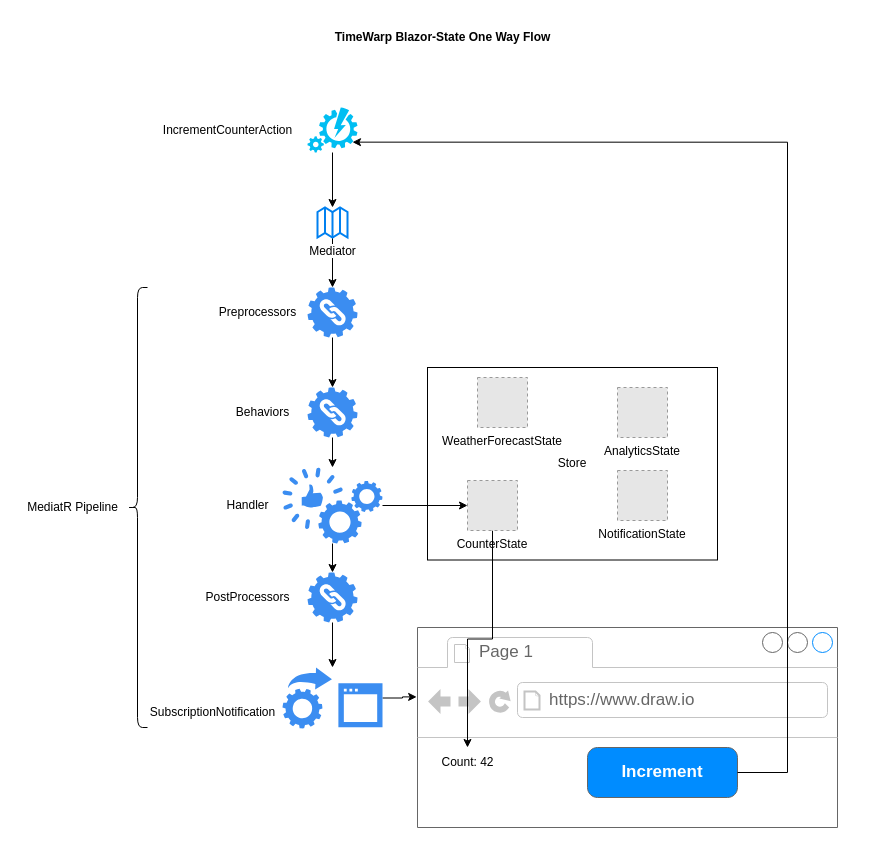
Before: Documentation/Images/TimeWarpStateOneWayFlow.drawio in TimeWarpEngineering/timewarp-state, a draw.io diagram. Source tidied: cells renumbered, new cells numbered last; positions are measured from the earlier drawing's top-left corner, leaving out a move shared by most shapes. Both pictures are drawn from the tidied source at 100%, with x=0, y=0 at pixel (17, 17). Pictures stored in the file or linked from it are replaced by grey dashed boxes.
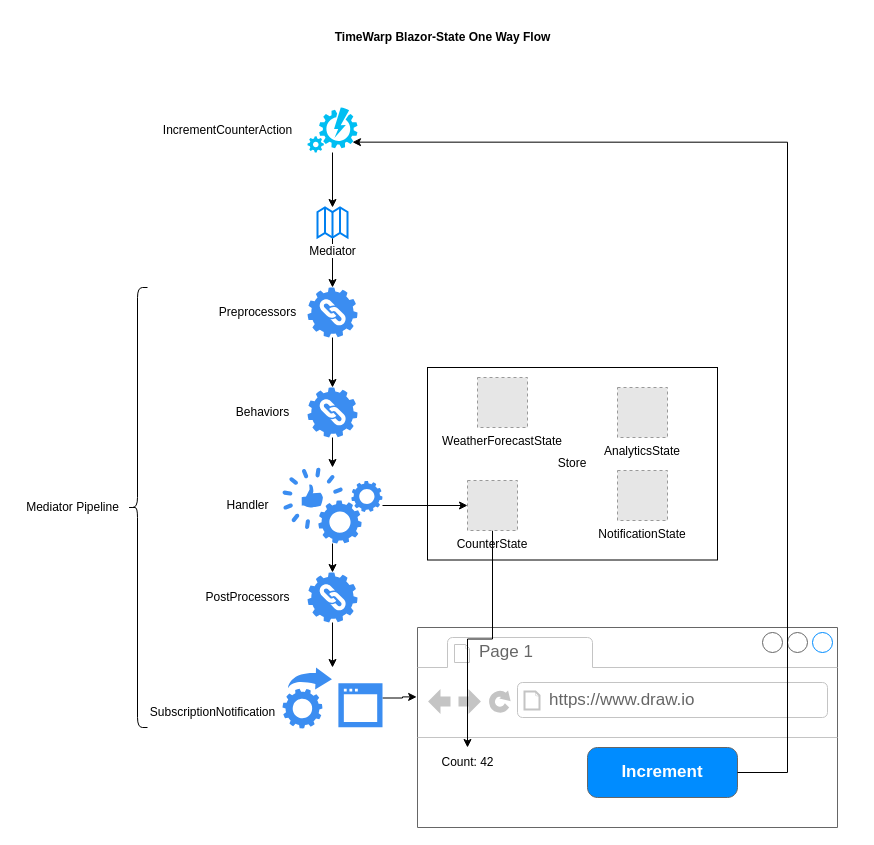
The same diagram, later.

Change to the diagram source:
```diff
@@
-    <mxCell id="30" value="MediatR Pipeline" style="text;html=1;align=center;verticalAlign=middle;strokeColor=none;fillColor=none;" parent="1" vertex="1">
+    <mxCell id="30" value="Mediator Pipeline" style="text;html=1;align=center;verticalAlign=middle;strokeColor=none;fillColor=none;" parent="1" vertex="1">
       <mxGeometry y="475" width="110" height="30" as="geometry" />
     </mxCell>
```
